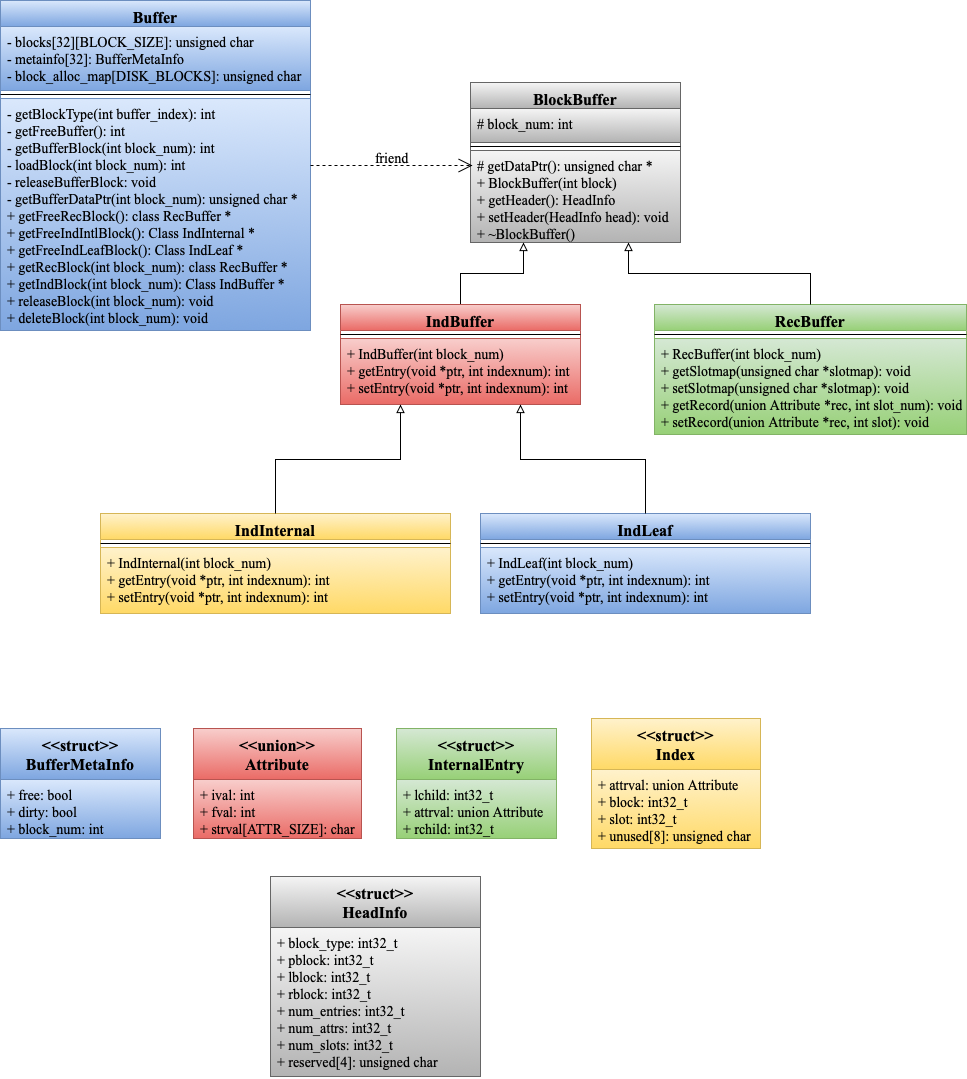
Before: img/buffer_class.png, a diagram exported from draw.io (Nitcbase/nitcbase.github.io). Source tidied: cells renumbered, new cells last; positions are measured from the earlier drawing's top-left corner, leaving out a move shared by most shapes.
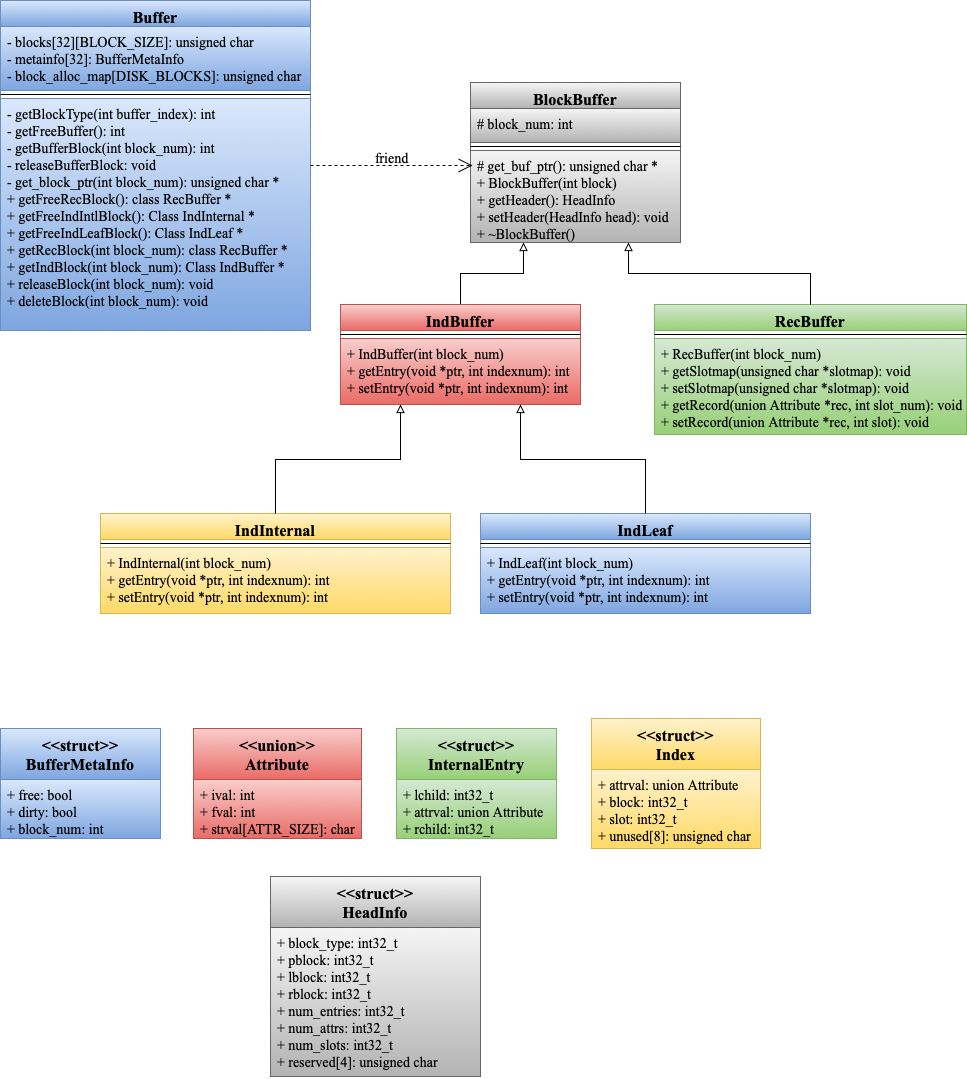
The same file after the commit.

Change to the diagram source:
```diff
@@ -11,7 +11,7 @@
     <mxCell id="4" style="line;strokeWidth=1;fillColor=none;align=left;verticalAlign=middle;spacingTop=-1;spacingLeft=3;spacingRight=3;labelPosition=right;" parent="2" vertex="1">
       <mxGeometry y="90" width="310" height="8" as="geometry" />
     </mxCell>
-    <mxCell id="5" value="- getBlockType(int buffer_index): int&#10;- getFreeBuffer(): int&#10;- getBufferBlock(int block_num): int&#10;- loadBlock(int block_num): int&#10;- releaseBufferBlock: void&#10;- getBufferDataPtr(int block_num): unsigned char *&#10;+ getFreeRecBlock(): class RecBuffer *&#10;+ getFreeIndIntlBlock(): Class IndInternal *&#10;+ getFreeIndLeafBlock(): Class IndLeaf *&#10;+ getRecBlock(int block_num): class RecBuffer *&#10;+ getIndBlock(int block_num): Class IndBuffer *&#10;+ releaseBlock(int block_num): void&#10;+ deleteBlock(int block_num): void" style="text;strokeColor=#6c8ebf;fillColor=#dae8fc;align=left;verticalAlign=top;spacingLeft=4;spacingRight=4;overflow=hidden;gradientColor=#7ea6e0;fontFamily=Times New Roman;fontSize=14;" parent="2" vertex="1">
+    <mxCell id="5" value="- getBlockType(int buffer_index): int&#10;- getFreeBuffer(): int&#10;- getBufferBlock(int block_num): int&#10;- releaseBufferBlock: void&#10;- get_block_ptr(int block_num): unsigned char *&#10;+ getFreeRecBlock(): class RecBuffer *&#10;+ getFreeIndIntlBlock(): Class IndInternal *&#10;+ getFreeIndLeafBlock(): Class IndLeaf *&#10;+ getRecBlock(int block_num): class RecBuffer *&#10;+ getIndBlock(int block_num): Class IndBuffer *&#10;+ releaseBlock(int block_num): void&#10;+ deleteBlock(int block_num): void" style="text;strokeColor=#6c8ebf;fillColor=#dae8fc;align=left;verticalAlign=top;spacingLeft=4;spacingRight=4;overflow=hidden;gradientColor=#7ea6e0;fontFamily=Times New Roman;fontSize=14;" parent="2" vertex="1">
       <mxGeometry y="98" width="310" height="232" as="geometry" />
     </mxCell>
     <mxCell id="6" value="BlockBuffer" style="swimlane;fontStyle=1;align=center;verticalAlign=top;horizontal=1;startSize=26;fontFamily=Times New Roman;fontSize=16;fillColor=#f5f5f5;strokeColor=#666666;gradientColor=#b3b3b3;" parent="1" vertex="1">
@@ -23,7 +23,7 @@
     <mxCell id="8" style="line;strokeWidth=1;fillColor=none;align=left;verticalAlign=middle;spacingTop=-1;spacingLeft=3;spacingRight=3;labelPosition=right;" parent="6" vertex="1">
       <mxGeometry y="60" width="210" height="8" as="geometry" />
     </mxCell>
-    <mxCell id="9" value="# getDataPtr(): unsigned char *&#10;+ BlockBuffer(int block)&#10;+ getHeader(): HeadInfo&#10;+ setHeader(HeadInfo head): void &#10;+ ~BlockBuffer()" style="text;strokeColor=#666666;fillColor=#f5f5f5;align=left;verticalAlign=top;spacingLeft=4;spacingRight=4;overflow=hidden;points=[[0,0.5],[1,0.5]];portConstraint=eastwest;gradientColor=#b3b3b3;fontFamily=Times New Roman;fontSize=14;" parent="6" vertex="1">
+    <mxCell id="9" value="# get_buf_ptr(): unsigned char *&#10;+ BlockBuffer(int block)&#10;+ getHeader(): HeadInfo&#10;+ setHeader(HeadInfo head): void &#10;+ ~BlockBuffer()" style="text;strokeColor=#666666;fillColor=#f5f5f5;align=left;verticalAlign=top;spacingLeft=4;spacingRight=4;overflow=hidden;points=[[0,0.5],[1,0.5]];portConstraint=eastwest;gradientColor=#b3b3b3;fontFamily=Times New Roman;fontSize=14;" parent="6" vertex="1">
       <mxGeometry y="68" width="210" height="92" as="geometry" />
     </mxCell>
     <mxCell id="10" style="endArrow=open;endSize=12;dashed=1;html=1;fontFamily=Times New Roman;fontSize=16;exitX=1;exitY=0.5;exitDx=0;exitDy=0;entryX=0.01;entryY=0.163;entryDx=0;entryDy=0;entryPerimeter=0;" parent="1" edge="1" source="2" target="9">
```
